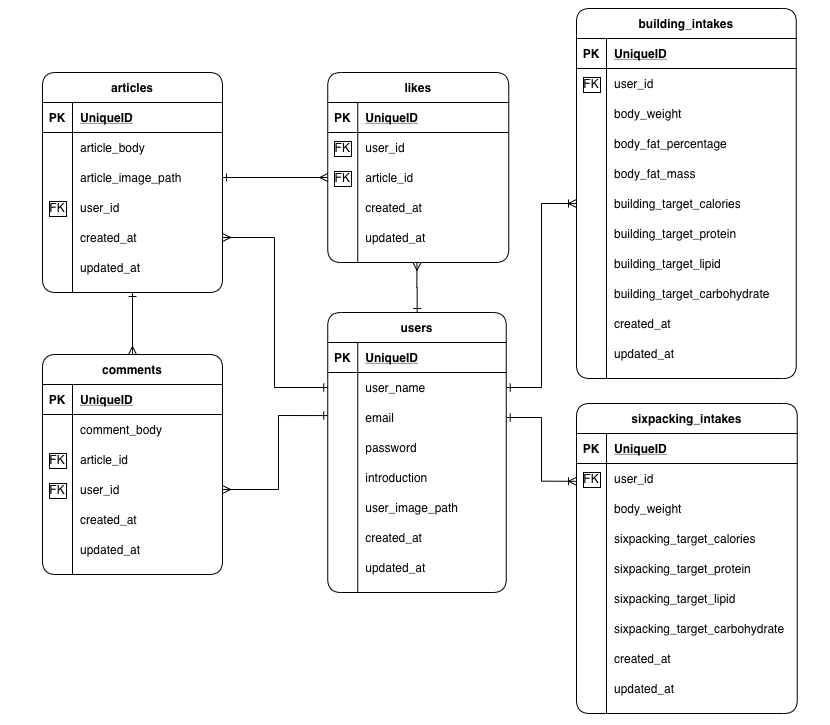
The draw.io diagram public/images/er-diagram.png in hirari123/myproduct, before a commit. Source tidied: cells renumbered, new cells last; positions are measured from the earlier drawing's top-left corner, leaving out a move shared by most shapes.
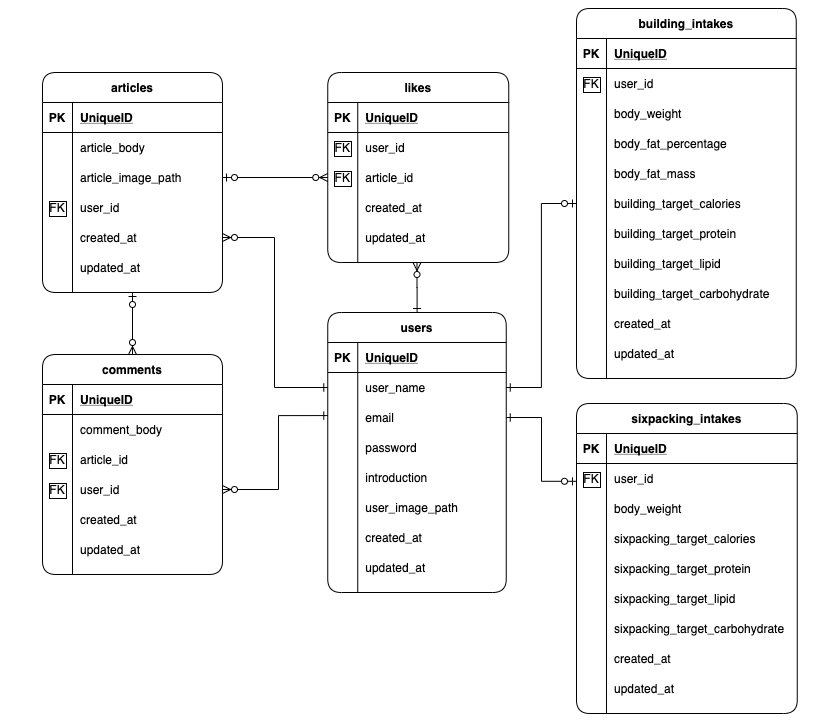
After the change.

Commit message:
#108 ER図のカーディナリティを修正

Change to the diagram source:
```diff
@@ -5,15 +5,15 @@
     <mxCell id="2" style="rounded=0;whiteSpace=wrap;html=1;shadow=0;labelBackgroundColor=none;sketch=0;fillColor=none;fontColor=#000000;strokeColor=none;" parent="1" vertex="1">
       <mxGeometry width="828" height="724" as="geometry" />
     </mxCell>
-    <mxCell id="3" style="edgeStyle=orthogonalEdgeStyle;rounded=0;jettySize=auto;html=1;startArrow=ERone;startFill=0;endArrow=ERmany;endFill=0;labelBorderColor=none;fontColor=#000000;strokeColor=#000000;" parent="1" edge="1" source="25">
+    <mxCell id="3" style="edgeStyle=orthogonalEdgeStyle;rounded=0;jettySize=auto;html=1;startArrow=ERone;startFill=0;endArrow=ERzeroToMany;endFill=1;labelBorderColor=none;fontColor=#000000;strokeColor=#000000;" parent="1" edge="1" source="25">
       <mxGeometry relative="1" as="geometry">
         <mxPoint x="416.5" y="262" as="targetPoint" />
       </mxGeometry>
     </mxCell>
-    <mxCell id="4" style="edgeStyle=orthogonalEdgeStyle;rounded=0;jettySize=auto;html=1;exitX=0.5;exitY=1;exitDx=0;exitDy=0;startArrow=ERone;startFill=0;endArrow=ERmany;endFill=0;entryX=0.5;entryY=0;entryDx=0;entryDy=0;labelBorderColor=none;fontColor=#000000;strokeColor=#000000;" parent="1" edge="1" source="50" target="69">
+    <mxCell id="4" style="edgeStyle=orthogonalEdgeStyle;rounded=0;jettySize=auto;html=1;exitX=0.5;exitY=1;exitDx=0;exitDy=0;startArrow=ERzeroToOne;startFill=1;endArrow=ERzeroToMany;endFill=1;entryX=0.5;entryY=0;entryDx=0;entryDy=0;labelBorderColor=none;fontColor=#000000;strokeColor=#000000;" parent="1" edge="1" source="50" target="69">
       <mxGeometry relative="1" as="geometry" />
     </mxCell>
-    <mxCell id="5" style="edgeStyle=orthogonalEdgeStyle;rounded=0;jettySize=auto;html=1;exitX=0;exitY=0.593;exitDx=0;exitDy=0;entryX=1;entryY=0.5;entryDx=0;entryDy=0;startArrow=ERoneToMany;startFill=0;endArrow=ERone;endFill=0;labelBorderColor=none;fontColor=#000000;strokeColor=#000000;exitPerimeter=0;" parent="1" edge="1" source="126" target="32">
+    <mxCell id="5" style="edgeStyle=orthogonalEdgeStyle;rounded=0;jettySize=auto;html=1;exitX=0;exitY=0.593;exitDx=0;exitDy=0;entryX=1;entryY=0.5;entryDx=0;entryDy=0;startArrow=ERzeroToOne;startFill=1;endArrow=ERone;endFill=0;labelBorderColor=none;fontColor=#000000;strokeColor=#000000;exitPerimeter=0;" parent="1" edge="1" source="126" target="32">
       <mxGeometry relative="1" as="geometry">
         <Array as="points">
           <mxPoint x="541" y="481" />
@@ -21,10 +21,10 @@
         </Array>
       </mxGeometry>
     </mxCell>
-    <mxCell id="6" style="edgeStyle=orthogonalEdgeStyle;rounded=0;jettySize=auto;html=1;startArrow=ERone;startFill=0;endArrow=ERmany;endFill=0;labelBorderColor=none;fontColor=#000000;strokeColor=#000000;" parent="1" edge="1" source="57" target="16">
+    <mxCell id="6" style="edgeStyle=orthogonalEdgeStyle;rounded=0;jettySize=auto;html=1;startArrow=ERzeroToOne;startFill=1;endArrow=ERzeroToMany;endFill=1;labelBorderColor=none;fontColor=#000000;strokeColor=#000000;" parent="1" edge="1" source="57" target="16">
       <mxGeometry relative="1" as="geometry" />
     </mxCell>
-    <mxCell id="7" style="edgeStyle=orthogonalEdgeStyle;rounded=0;jettySize=auto;html=1;exitX=0;exitY=0.5;exitDx=0;exitDy=0;entryX=1;entryY=0.5;entryDx=0;entryDy=0;startArrow=ERone;startFill=0;endArrow=ERmany;endFill=0;labelBorderColor=none;fontColor=#000000;strokeColor=#000000;" parent="1" edge="1" source="29" target="63">
+    <mxCell id="7" style="edgeStyle=orthogonalEdgeStyle;rounded=0;jettySize=auto;html=1;exitX=0;exitY=0.5;exitDx=0;exitDy=0;entryX=1;entryY=0.5;entryDx=0;entryDy=0;startArrow=ERone;startFill=0;endArrow=ERzeroToMany;endFill=1;labelBorderColor=none;fontColor=#000000;strokeColor=#000000;" parent="1" edge="1" source="29" target="63">
       <mxGeometry relative="1" as="geometry">
         <Array as="points">
           <mxPoint x="274" y="387" />
@@ -32,7 +32,7 @@
         </Array>
       </mxGeometry>
     </mxCell>
-    <mxCell id="8" style="edgeStyle=orthogonalEdgeStyle;rounded=0;jettySize=auto;html=1;entryX=1;entryY=0.5;entryDx=0;entryDy=0;startArrow=ERone;startFill=0;endArrow=ERmany;endFill=0;labelBorderColor=none;fontColor=#000000;strokeColor=#000000;exitX=0;exitY=0.436;exitDx=0;exitDy=0;exitPerimeter=0;" parent="1" edge="1" source="32" target="79">
+    <mxCell id="8" style="edgeStyle=orthogonalEdgeStyle;rounded=0;jettySize=auto;html=1;entryX=1;entryY=0.5;entryDx=0;entryDy=0;startArrow=ERone;startFill=0;endArrow=ERzeroToMany;endFill=1;labelBorderColor=none;fontColor=#000000;strokeColor=#000000;exitX=0;exitY=0.436;exitDx=0;exitDy=0;exitPerimeter=0;" parent="1" edge="1" source="32" target="79">
       <mxGeometry relative="1" as="geometry">
         <Array as="points">
           <mxPoint x="278" y="415" />
@@ -463,7 +463,7 @@
     <mxCell id="149" value="updated_at" style="shape=partialRectangle;fillColor=none;top=0;left=0;bottom=0;right=0;align=left;spacingLeft=6;overflow=hidden;labelBorderColor=none;fontColor=#000000;strokeColor=#000000;" parent="147" vertex="1">
       <mxGeometry x="30" width="190.8" height="30" as="geometry" />
     </mxCell>
-    <mxCell id="150" style="edgeStyle=orthogonalEdgeStyle;rounded=0;jettySize=auto;html=1;exitX=1;exitY=0.5;exitDx=0;exitDy=0;entryX=0;entryY=0.5;entryDx=0;entryDy=0;strokeColor=#000000;endArrow=ERoneToMany;endFill=0;startArrow=ERone;startFill=0;" parent="1" edge="1" source="29" target="104">
+    <mxCell id="150" style="edgeStyle=orthogonalEdgeStyle;rounded=0;jettySize=auto;html=1;exitX=1;exitY=0.5;exitDx=0;exitDy=0;entryX=0;entryY=0.5;entryDx=0;entryDy=0;strokeColor=#000000;endArrow=ERzeroToOne;endFill=1;startArrow=ERone;startFill=0;" parent="1" edge="1" source="29" target="104">
       <mxGeometry relative="1" as="geometry" />
     </mxCell>
   </root>
```
